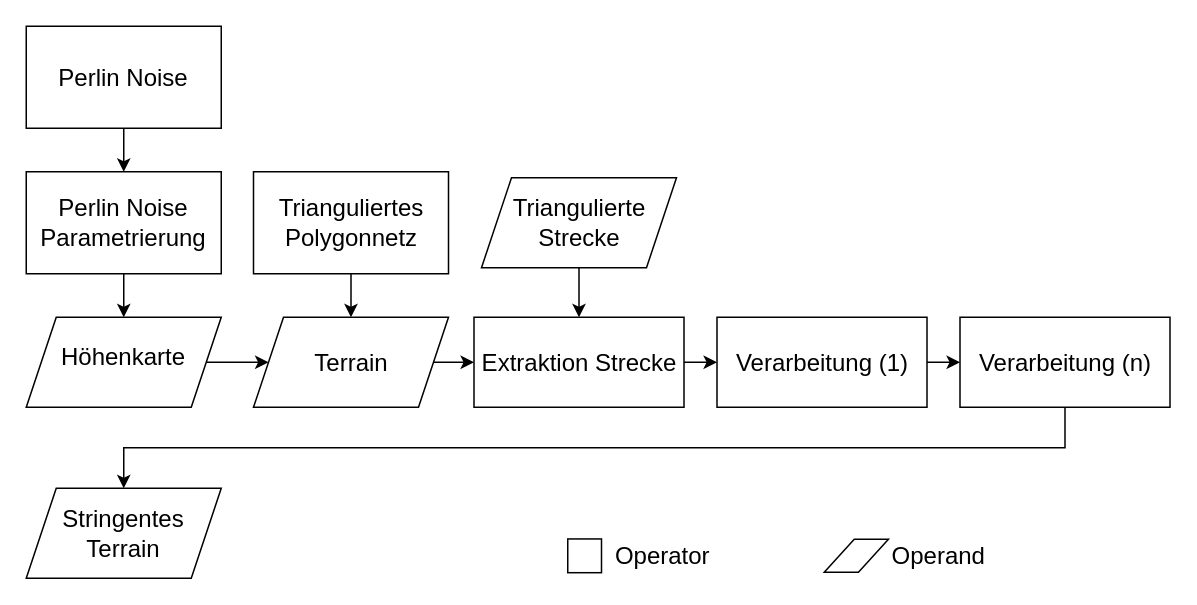
Before: page "Page-10" (9 of 9) of Untitled Diagram.drawio in IMGSaibh/Links, a draw.io diagram. Source tidied: cells renumbered, new cells numbered last; positions are measured from the earlier drawing's top-left corner, leaving out a move shared by most shapes. Both pictures are drawn from the tidied source at 150%, with x=0, y=0 at pixel (26, 26).
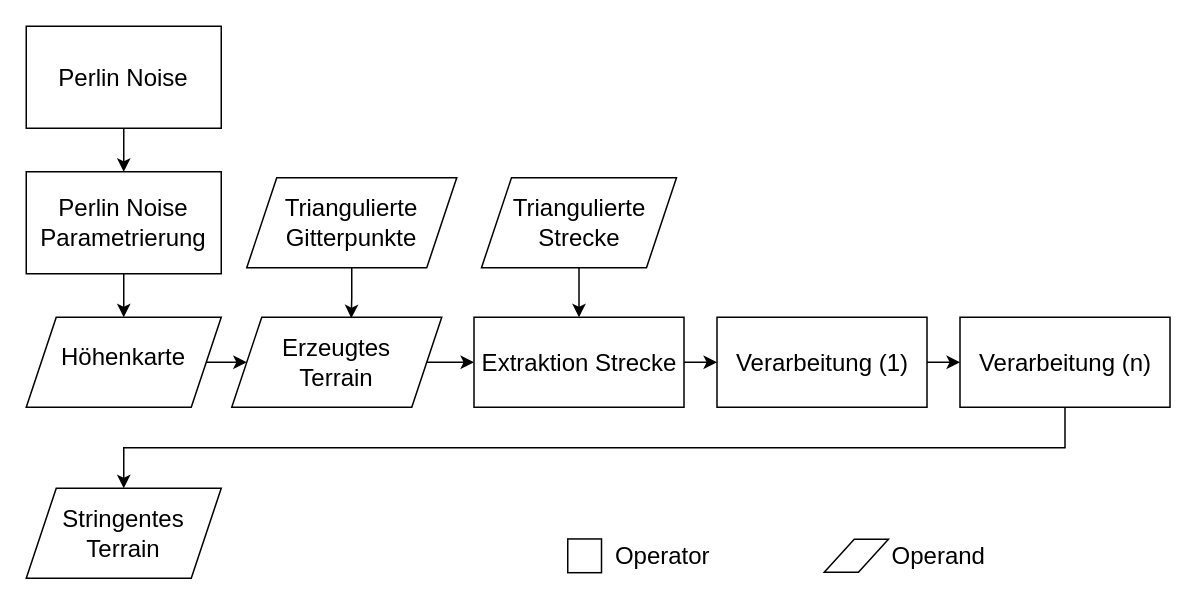
The same diagram, later.

Unchanged cells that the change refers to:
```xml
<mxCell id="6" value="&lt;p style=&quot;margin-bottom: 0cm; line-height: 100%; font-size: 16px;&quot;&gt;&lt;font style=&quot;font-size: 16px;&quot;&gt;&lt;br&gt;Höhenkarte&lt;br&gt;&lt;/font&gt;&lt;/p&gt;&lt;font style=&quot;font-size: 16px;&quot;&gt;&lt;br&gt;&lt;br&gt;&lt;/font&gt;" style="shape=parallelogram;perimeter=parallelogramPerimeter;whiteSpace=wrap;html=1;fixedSize=1;fontSize=16;fillColor=none;" parent="1" vertex="1">
  <mxGeometry y="194" width="130" height="60" as="geometry" />
</mxCell>
<mxCell id="13" value="&lt;font style=&quot;font-size: 16px;&quot;&gt;Extraktion Strecke&lt;/font&gt;" style="text;html=1;strokeColor=default;fillColor=none;align=center;verticalAlign=middle;whiteSpace=wrap;rounded=0;" parent="1" vertex="1">
  <mxGeometry x="298.5" y="194" width="140" height="60" as="geometry" />
</mxCell>
```

Change to the diagram source:
```diff
@@
+    <mxCell id="25" style="edgeStyle=orthogonalEdgeStyle;rounded=0;jettySize=auto;html=1;exitX=1;exitY=0.5;exitDx=0;exitDy=0;entryX=0;entryY=0.5;entryDx=0;entryDy=0;" parent="1" edge="1" source="6" target="29">
+      <mxGeometry relative="1" as="geometry" />
+    </mxCell>
@@
-    <mxCell id="8" value="Terrain" style="shape=parallelogram;perimeter=parallelogramPerimeter;whiteSpace=wrap;html=1;fixedSize=1;fontSize=16;fillColor=none;" parent="1" vertex="1">
-      <mxGeometry x="151.5" y="194" width="130" height="60" as="geometry" />
-    </mxCell>
-    <mxCell id="9" style="edgeStyle=orthogonalEdgeStyle;rounded=0;jettySize=auto;html=1;exitX=1;exitY=0.5;exitDx=0;exitDy=0;entryX=0;entryY=0.5;entryDx=0;entryDy=0;fontSize=16;strokeWidth=1;" parent="1" edge="1" source="6" target="8">
-      <mxGeometry relative="1" as="geometry" />
-    </mxCell>
-    <mxCell id="10" style="edgeStyle=orthogonalEdgeStyle;rounded=0;jettySize=auto;html=1;fontSize=16;strokeWidth=1;" parent="1" edge="1" source="11" target="8">
-      <mxGeometry relative="1" as="geometry" />
-    </mxCell>
-    <mxCell id="11" value="&lt;font style=&quot;font-size: 16px;&quot;&gt;Trianguliertes Polygonnetz&lt;/font&gt;" style="text;html=1;strokeColor=default;fillColor=none;align=center;verticalAlign=middle;whiteSpace=wrap;rounded=0;" parent="1" vertex="1">
-      <mxGeometry x="151.5" y="97" width="130" height="68" as="geometry" />
-    </mxCell>
@@
-    <mxCell id="14" style="edgeStyle=orthogonalEdgeStyle;rounded=0;jettySize=auto;html=1;exitX=1;exitY=0.5;exitDx=0;exitDy=0;entryX=0;entryY=0.5;entryDx=0;entryDy=0;fontSize=16;strokeWidth=1;" parent="1" edge="1" source="8" target="13">
-      <mxGeometry relative="1" as="geometry" />
-    </mxCell>
@@
+    <mxCell id="26" style="edgeStyle=orthogonalEdgeStyle;rounded=0;jettySize=auto;html=1;entryX=0.569;entryY=0.01;entryDx=0;entryDy=0;entryPerimeter=0;" parent="1" edge="1" source="27" target="29">
+      <mxGeometry relative="1" as="geometry" />
+    </mxCell>
+    <mxCell id="27" value="&lt;font style=&quot;font-size: 16px;&quot;&gt;Triangulierte Gitterpunkte&lt;/font&gt;" style="shape=parallelogram;perimeter=parallelogramPerimeter;whiteSpace=wrap;html=1;fixedSize=1;fontSize=16;fillColor=none;" parent="1" vertex="1">
+      <mxGeometry x="147" y="101" width="140" height="60" as="geometry" />
+    </mxCell>
+    <mxCell id="28" style="edgeStyle=orthogonalEdgeStyle;rounded=0;jettySize=auto;html=1;exitX=1;exitY=0.5;exitDx=0;exitDy=0;entryX=0;entryY=0.5;entryDx=0;entryDy=0;fontSize=16;" parent="1" edge="1" source="29" target="13">
+      <mxGeometry relative="1" as="geometry" />
+    </mxCell>
+    <mxCell id="29" value="&lt;div&gt;&lt;font style=&quot;font-size: 16px;&quot;&gt;Erzeugtes&lt;/font&gt;&lt;/div&gt;&lt;div&gt;&lt;font style=&quot;font-size: 16px;&quot;&gt;Terrain&lt;/font&gt;&lt;/div&gt;" style="shape=parallelogram;perimeter=parallelogramPerimeter;whiteSpace=wrap;html=1;fixedSize=1;fontSize=16;fillColor=none;" parent="1" vertex="1">
+      <mxGeometry x="137" y="194" width="140" height="60" as="geometry" />
+    </mxCell>
```
